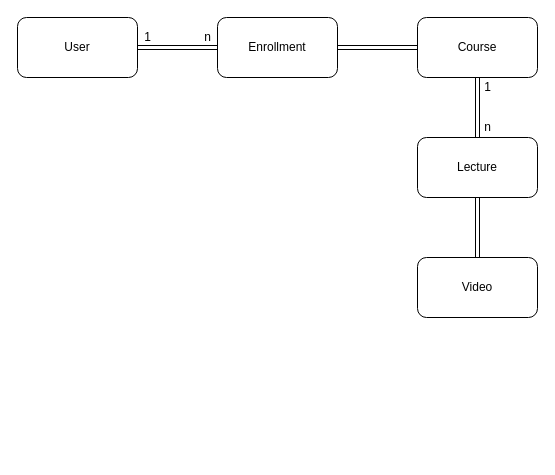
Before: model/domain.drawio in ludmilalima/typescript-base, a draw.io diagram. Source tidied: cells renumbered, new cells numbered last; positions are measured from the earlier drawing's top-left corner, leaving out a move shared by most shapes. Both pictures are drawn from the tidied source at 100%, with x=0, y=0 at pixel (17, 17).
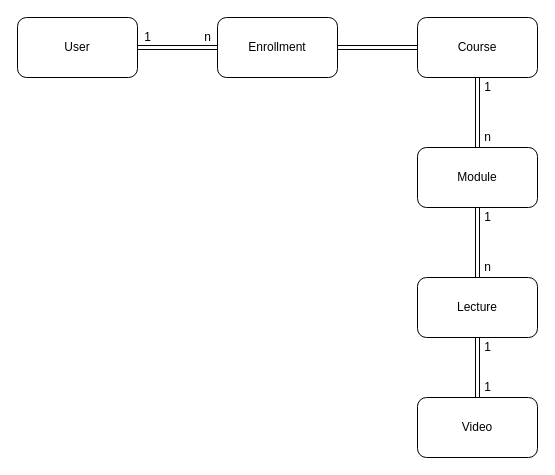
After the change.

Commit message:
fix: updating domain model

Unchanged cells that the change refers to:
```xml
<mxCell id="7" value="Course" style="rounded=1;whiteSpace=wrap;html=1;" parent="1" vertex="1">
  <mxGeometry x="400" width="120" height="60" as="geometry" />
</mxCell>
```

What changed in the source:
```diff
@@
-    <mxCell id="6" style="edgeStyle=none;shape=link;html=1;exitX=0.5;exitY=1;exitDx=0;exitDy=0;" parent="1" edge="1" source="7" target="9">
-      <mxGeometry relative="1" as="geometry" />
-    </mxCell>
+    <mxCell id="15" style="edgeStyle=none;html=1;shape=link;" parent="1" edge="1" source="7" target="17">
+      <mxGeometry relative="1" as="geometry" />
+    </mxCell>
@@
     <mxCell id="9" value="Lecture" style="rounded=1;whiteSpace=wrap;html=1;" parent="1" vertex="1">
-      <mxGeometry x="400" y="120" width="120" height="60" as="geometry" />
+      <mxGeometry x="400" y="260" width="120" height="60" as="geometry" />
     </mxCell>
     <mxCell id="10" value="Video" style="rounded=1;whiteSpace=wrap;html=1;" parent="1" vertex="1">
-      <mxGeometry x="400" y="240" width="120" height="60" as="geometry" />
+      <mxGeometry x="400" y="380" width="120" height="60" as="geometry" />
     </mxCell>
@@
     <mxCell id="14" value="n" style="text;html=1;align=center;verticalAlign=middle;strokeColor=none;" parent="1" vertex="1">
-      <mxGeometry x="460" y="100" width="20" height="20" as="geometry" />
+      <mxGeometry x="460" y="240" width="20" height="20" as="geometry" />
     </mxCell>
+    <mxCell id="16" style="edgeStyle=none;shape=link;html=1;entryX=0.5;entryY=0;entryDx=0;entryDy=0;" parent="1" edge="1" source="17" target="9">
+      <mxGeometry relative="1" as="geometry" />
+    </mxCell>
+    <mxCell id="17" value="Module" style="rounded=1;whiteSpace=wrap;html=1;" parent="1" vertex="1">
+      <mxGeometry x="400" y="130" width="120" height="60" as="geometry" />
+    </mxCell>
+    <mxCell id="18" value="n" style="text;html=1;align=center;verticalAlign=middle;strokeColor=none;" parent="1" vertex="1">
+      <mxGeometry x="460" y="110" width="20" height="20" as="geometry" />
+    </mxCell>
+    <mxCell id="19" value="1" style="text;html=1;align=center;verticalAlign=middle;strokeColor=none;" parent="1" vertex="1">
+      <mxGeometry x="460" y="360" width="20" height="20" as="geometry" />
+    </mxCell>
+    <mxCell id="20" value="1" style="text;html=1;align=center;verticalAlign=middle;strokeColor=none;" parent="1" vertex="1">
+      <mxGeometry x="460" y="190" width="20" height="20" as="geometry" />
+    </mxCell>
+    <mxCell id="21" value="1" style="text;html=1;align=center;verticalAlign=middle;strokeColor=none;" parent="1" vertex="1">
+      <mxGeometry x="460" y="320" width="20" height="20" as="geometry" />
+    </mxCell>
```
